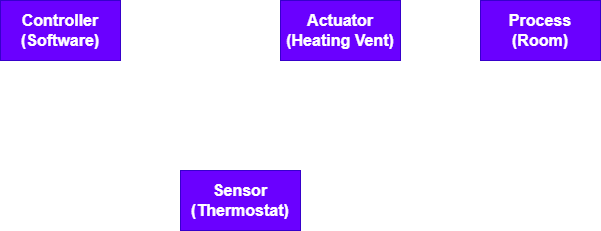
smitbmx/Architecture-Diagrams keeps this draw.io diagram as Architectural styles/Process Control Systems/Process Control Diagram.drawio.png. Above is the earlier version. Source tidied: cells renumbered, new cells last; positions are measured from the earlier drawing's top-left corner, leaving out a move shared by most shapes. Source of this version:
```xml
<mxGraphModel>
  <root>
    <mxCell id="0" />
    <mxCell id="1" parent="0" />
    <mxCell id="2" value="Controller&lt;br style=&quot;font-size: 16px;&quot;&gt;(Software)" style="rounded=0;whiteSpace=wrap;html=1;fillColor=#6a00ff;fontColor=#ffffff;strokeColor=#3700CC;fontStyle=1;fontSize=16;" parent="1" vertex="1">
      <mxGeometry width="120" height="60" as="geometry" />
    </mxCell>
    <mxCell id="3" value="Actuator&lt;br style=&quot;font-size: 16px&quot;&gt;(Heating Vent)" style="rounded=0;whiteSpace=wrap;html=1;fillColor=#6a00ff;fontColor=#ffffff;strokeColor=#3700CC;fontStyle=1;fontSize=16;" parent="1" vertex="1">
      <mxGeometry x="280" width="120" height="60" as="geometry" />
    </mxCell>
    <mxCell id="4" value="Process&lt;br&gt;(Room)" style="rounded=0;whiteSpace=wrap;html=1;fillColor=#6a00ff;fontColor=#ffffff;strokeColor=#3700CC;fontStyle=1;fontSize=16;" parent="1" vertex="1">
      <mxGeometry x="480" width="120" height="60" as="geometry" />
    </mxCell>
    <mxCell id="5" value="Sensor&lt;br style=&quot;font-size: 16px&quot;&gt;(Thermostat)" style="rounded=0;whiteSpace=wrap;html=1;fillColor=#6a00ff;fontColor=#ffffff;strokeColor=#3700CC;fontStyle=1;fontSize=16;" parent="1" vertex="1">
      <mxGeometry x="180" y="170" width="120" height="60" as="geometry" />
    </mxCell>
  </root>
</mxGraphModel>
```
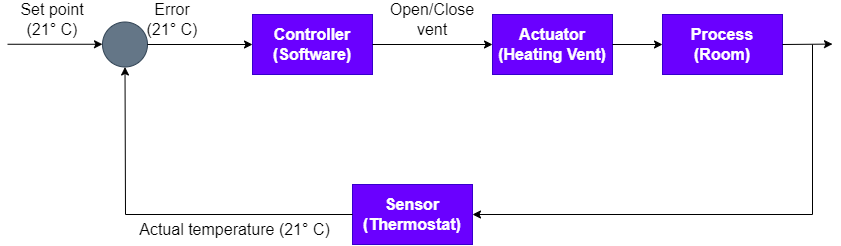
The same file after the commit.

Diff of the diagram source:
```diff
@@ -3,16 +3,67 @@
     <mxCell id="0" />
     <mxCell id="1" parent="0" />
     <mxCell id="2" value="Controller&lt;br style=&quot;font-size: 16px;&quot;&gt;(Software)" style="rounded=0;whiteSpace=wrap;html=1;fillColor=#6a00ff;fontColor=#ffffff;strokeColor=#3700CC;fontStyle=1;fontSize=16;" parent="1" vertex="1">
-      <mxGeometry width="120" height="60" as="geometry" />
+      <mxGeometry x="90" width="120" height="60" as="geometry" />
     </mxCell>
     <mxCell id="3" value="Actuator&lt;br style=&quot;font-size: 16px&quot;&gt;(Heating Vent)" style="rounded=0;whiteSpace=wrap;html=1;fillColor=#6a00ff;fontColor=#ffffff;strokeColor=#3700CC;fontStyle=1;fontSize=16;" parent="1" vertex="1">
-      <mxGeometry x="280" width="120" height="60" as="geometry" />
+      <mxGeometry x="330" width="120" height="60" as="geometry" />
     </mxCell>
     <mxCell id="4" value="Process&lt;br&gt;(Room)" style="rounded=0;whiteSpace=wrap;html=1;fillColor=#6a00ff;fontColor=#ffffff;strokeColor=#3700CC;fontStyle=1;fontSize=16;" parent="1" vertex="1">
-      <mxGeometry x="480" width="120" height="60" as="geometry" />
+      <mxGeometry x="500" width="120" height="60" as="geometry" />
     </mxCell>
     <mxCell id="5" value="Sensor&lt;br style=&quot;font-size: 16px&quot;&gt;(Thermostat)" style="rounded=0;whiteSpace=wrap;html=1;fillColor=#6a00ff;fontColor=#ffffff;strokeColor=#3700CC;fontStyle=1;fontSize=16;" parent="1" vertex="1">
-      <mxGeometry x="180" y="170" width="120" height="60" as="geometry" />
+      <mxGeometry x="190" y="170" width="120" height="60" as="geometry" />
     </mxCell>
+    <mxCell id="6" style="ellipse;whiteSpace=wrap;html=1;fontSize=16;fillColor=#647687;fontColor=#ffffff;strokeColor=#314354;" parent="1" vertex="1">
+      <mxGeometry x="-60" y="7.5" width="45" height="45" as="geometry" />
+    </mxCell>
+    <mxCell id="7" style="endArrow=classic;html=1;rounded=0;fontSize=16;exitX=1;exitY=0.5;exitDx=0;exitDy=0;entryX=0;entryY=0.5;entryDx=0;entryDy=0;" parent="1" edge="1" source="6" target="2">
+      <mxGeometry relative="1" as="geometry" />
+    </mxCell>
+    <mxCell id="8" style="endArrow=classic;html=1;rounded=0;fontSize=16;exitX=1;exitY=0.5;exitDx=0;exitDy=0;entryX=0;entryY=0.5;entryDx=0;entryDy=0;" parent="1" edge="1">
+      <mxGeometry relative="1" as="geometry">
+        <mxPoint x="-155" y="29.8" as="sourcePoint" />
+        <mxPoint x="-60" y="29.8" as="targetPoint" />
+      </mxGeometry>
+    </mxCell>
+    <mxCell id="9" style="endArrow=classic;html=1;rounded=0;fontSize=16;exitX=1;exitY=0.5;exitDx=0;exitDy=0;entryX=0;entryY=0.5;entryDx=0;entryDy=0;" parent="1" edge="1" source="2" target="3">
+      <mxGeometry relative="1" as="geometry" />
+    </mxCell>
+    <mxCell id="10" style="endArrow=classic;html=1;rounded=0;fontSize=16;exitX=1;exitY=0.5;exitDx=0;exitDy=0;entryX=0;entryY=0.5;entryDx=0;entryDy=0;" parent="1" edge="1" source="3" target="4">
+      <mxGeometry relative="1" as="geometry" />
+    </mxCell>
+    <mxCell id="11" style="endArrow=classic;html=1;rounded=0;fontSize=16;entryX=0;entryY=0.5;entryDx=0;entryDy=0;" parent="1" edge="1">
+      <mxGeometry relative="1" as="geometry">
+        <mxPoint x="620" y="30" as="sourcePoint" />
+        <mxPoint x="670" y="29.6" as="targetPoint" />
+      </mxGeometry>
+    </mxCell>
+    <mxCell id="12" style="endArrow=classic;html=1;rounded=0;fontSize=16;entryX=1;entryY=0.5;entryDx=0;entryDy=0;" parent="1" edge="1" target="5">
+      <mxGeometry relative="1" as="geometry">
+        <mxPoint x="650" y="30" as="sourcePoint" />
+        <Array as="points">
+          <mxPoint x="650" y="200" />
+        </Array>
+      </mxGeometry>
+    </mxCell>
+    <mxCell id="13" style="endArrow=classic;html=1;rounded=0;fontSize=16;exitX=0;exitY=0.5;exitDx=0;exitDy=0;entryX=0.5;entryY=1;entryDx=0;entryDy=0;" parent="1" edge="1" source="5" target="6">
+      <mxGeometry relative="1" as="geometry">
+        <Array as="points">
+          <mxPoint x="-37" y="200" />
+        </Array>
+      </mxGeometry>
+    </mxCell>
+    <mxCell id="14" value="Set point&lt;br&gt;(21° C)" style="text;html=1;strokeColor=none;fillColor=none;align=center;verticalAlign=middle;whiteSpace=wrap;rounded=0;fontSize=16;" parent="1" vertex="1">
+      <mxGeometry x="-150" y="-10" width="80" height="30" as="geometry" />
+    </mxCell>
+    <mxCell id="15" value="Error&lt;br&gt;(21° C)" style="text;html=1;strokeColor=none;fillColor=none;align=center;verticalAlign=middle;whiteSpace=wrap;rounded=0;fontSize=16;" parent="1" vertex="1">
+      <mxGeometry x="-30" y="-10" width="80" height="30" as="geometry" />
+    </mxCell>
+    <mxCell id="16" value="Open/Close&lt;br&gt;vent" style="text;html=1;strokeColor=none;fillColor=none;align=center;verticalAlign=middle;whiteSpace=wrap;rounded=0;fontSize=16;" parent="1" vertex="1">
+      <mxGeometry x="230" y="-10" width="80" height="30" as="geometry" />
+    </mxCell>
+    <mxCell id="17" value="Actual temperature&amp;nbsp;(21° C)" style="text;html=1;strokeColor=none;fillColor=none;align=center;verticalAlign=middle;whiteSpace=wrap;rounded=0;fontSize=16;" parent="1" vertex="1">
+      <mxGeometry x="-40" y="200" width="225" height="30" as="geometry" />
+    </mxCell>
   </root>
 </mxGraphModel>
```
